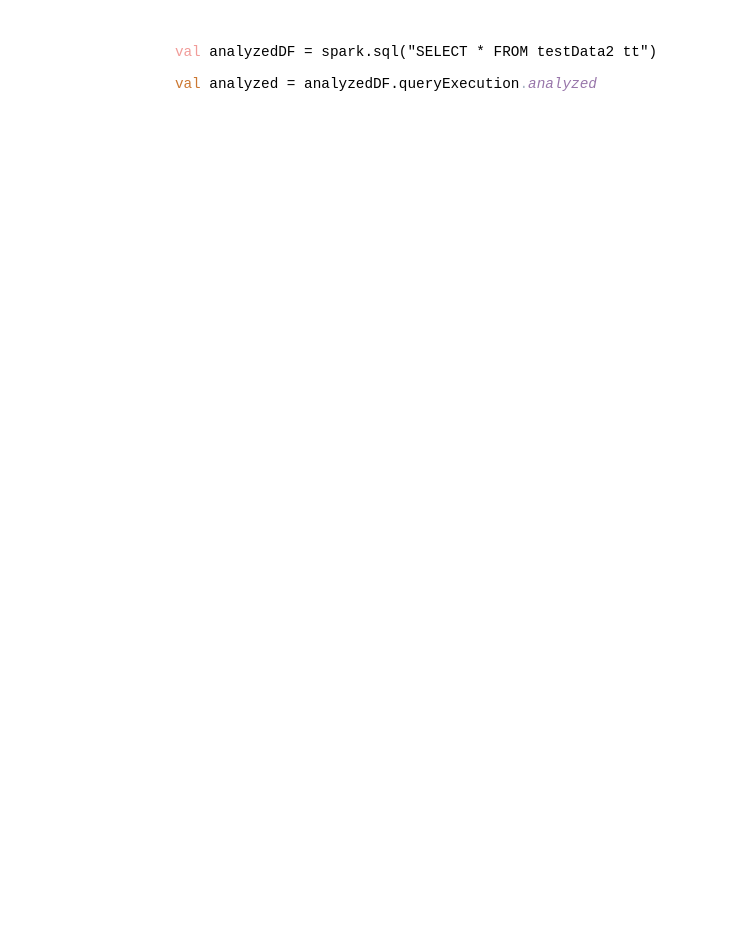
kirito1015/spark_source.sql keeps this draw.io diagram as analyzed_logical_plan/analyzed_queryexecution.drawio. Above is the earlier version. Source tidied: cells renumbered, new cells numbered last; positions are measured from the earlier drawing's top-left corner, leaving out a move shared by most shapes. Both pictures are drawn from the tidied source at 110%, with x=0, y=0 at pixel (173, 33).
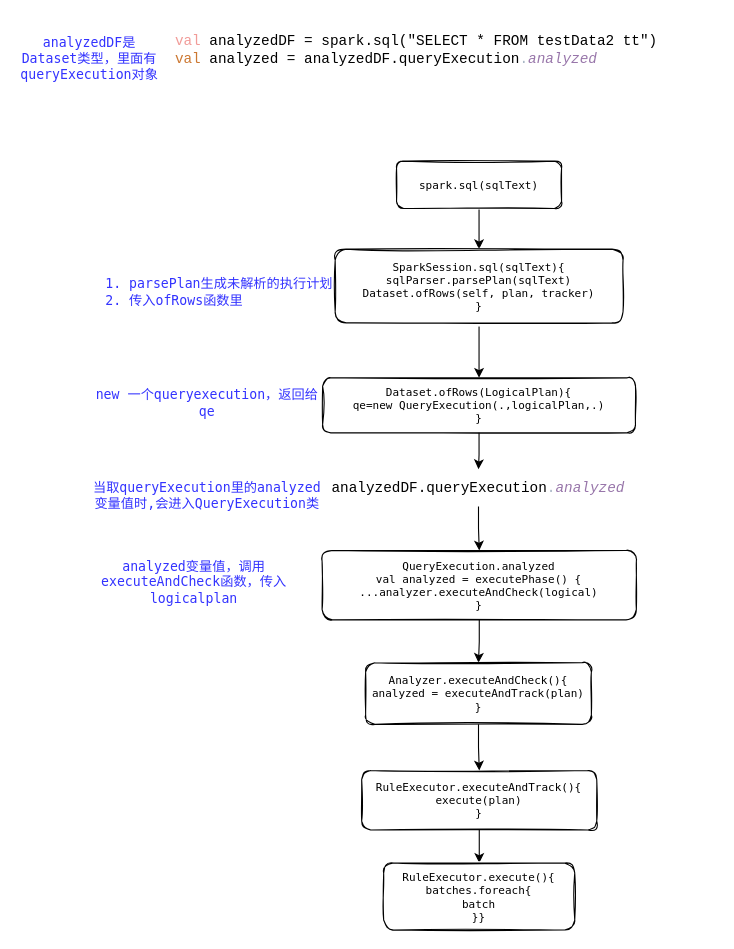
The same diagram, later.

Diff of the diagram source:
```diff
@@
-    <mxCell id="2" value="&lt;pre style=&quot;font-family: &amp;quot;jetbrains mono&amp;quot; , monospace ; font-size: 9.8pt&quot;&gt;&lt;font color=&quot;#f19c99&quot;&gt;val&lt;/font&gt; analyzedDF = spark.sql(&quot;SELECT * FROM testData2 tt&quot;)&lt;/pre&gt;&lt;pre style=&quot;font-family: &amp;quot;jetbrains mono&amp;quot; , monospace ; font-size: 9.8pt&quot;&gt;&lt;pre style=&quot;font-family: &amp;quot;jetbrains mono&amp;quot; , monospace ; font-size: 9.8pt&quot;&gt;&lt;span style=&quot;color: rgb(204 , 120 , 50)&quot;&gt;val &lt;/span&gt;analyzed = analyzedDF.queryExecution&lt;span style=&quot;color: rgb(169 , 183 , 198)&quot;&gt;.&lt;span style=&quot;color: #9876aa ; font-style: italic&quot;&gt;analyzed&lt;/span&gt;&lt;/span&gt;&lt;/pre&gt;&lt;/pre&gt;" style="text;html=1;strokeColor=none;fillColor=none;align=left;verticalAlign=middle;whiteSpace=wrap;rounded=0;labelBackgroundColor=none;fontColor=#000000;" parent="1" vertex="1">
-      <mxGeometry width="493" height="63" as="geometry" />
+    <mxCell id="2" value="&lt;pre style=&quot;font-size: 9.8pt&quot;&gt;&lt;font color=&quot;#f19c99&quot;&gt;val&lt;/font&gt; analyzedDF = spark.sql(&quot;SELECT * FROM testData2 tt&quot;)&lt;br&gt;&lt;span style=&quot;color: rgb(204 , 120 , 50)&quot;&gt;val &lt;/span&gt;analyzed = analyzedDF.queryExecution&lt;span style=&quot;color: rgb(169 , 183 , 198)&quot;&gt;.&lt;span style=&quot;color: #9876aa ; font-style: italic&quot;&gt;analyzed&lt;/span&gt;&lt;/span&gt;&lt;/pre&gt;&lt;pre style=&quot;font-size: 9.8pt&quot;&gt;&lt;span style=&quot;color: rgb(169 , 183 , 198)&quot;&gt;&lt;span style=&quot;color: #9876aa ; font-style: italic&quot;&gt;&lt;br&gt;&lt;/span&gt;&lt;/span&gt;&lt;/pre&gt;" style="text;html=1;strokeColor=none;fillColor=none;align=left;verticalAlign=middle;whiteSpace=wrap;rounded=0;labelBackgroundColor=none;fontColor=#000000;fontFamily=jetbrains mono&quot;, monospace;" parent="1" vertex="1">
+      <mxGeometry width="449" height="59" as="geometry" />
     </mxCell>
+    <mxCell id="3" style="edgeStyle=orthogonalEdgeStyle;rounded=0;jettySize=auto;html=1;fontFamily=Helvetica;fontSize=12;fontColor=default;" parent="1" edge="1" source="4" target="6">
+      <mxGeometry relative="1" as="geometry" />
+    </mxCell>
+    <mxCell id="4" value="spark.sql(sqlText)" style="rounded=1;sketch=1;glass=0;shadow=0;fontColor=default;labelBackgroundColor=none;fontFamily=jetbrains mono&quot;, monospace;fontSize=10;html=1;whiteSpace=wrap;" parent="1" vertex="1">
+      <mxGeometry x="203" y="116" width="150" height="43" as="geometry" />
+    </mxCell>
+    <mxCell id="5" style="edgeStyle=orthogonalEdgeStyle;rounded=0;jettySize=auto;html=1;fontFamily=jetbrains mono&quot;, monospace;fontSize=12;fontColor=default;" parent="1" edge="1" source="6" target="8">
+      <mxGeometry relative="1" as="geometry" />
+    </mxCell>
+    <mxCell id="6" value="SparkSession.sql(sqlText){&lt;br&gt;sqlParser.parsePlan(sqlText)&lt;br&gt;Dataset.ofRows(self, plan, tracker)&lt;br&gt;}" style="rounded=1;sketch=1;glass=0;shadow=0;fontFamily=jetbrains mono&quot;, monospace;fontSize=10;spacing=0;verticalAlign=middle;fontColor=default;labelBackgroundColor=none;html=1;whiteSpace=wrap;" parent="1" vertex="1">
+      <mxGeometry x="147.2" y="196" width="261.7" height="67" as="geometry" />
+    </mxCell>
+    <mxCell id="7" style="edgeStyle=orthogonalEdgeStyle;rounded=0;jettySize=auto;html=1;fontFamily=jetbrains mono&quot;, monospace;fontSize=12;fontColor=#3333FF;" parent="1" edge="1" source="8" target="13">
+      <mxGeometry relative="1" as="geometry" />
+    </mxCell>
+    <mxCell id="8" value="Dataset.ofRows(LogicalPlan){&lt;br&gt;qe=new QueryExecution(.,logicalPlan,.)&lt;br&gt;}" style="rounded=1;sketch=1;glass=0;shadow=0;fontFamily=jetbrains mono&quot;, monospace;fontSize=10;spacing=0;verticalAlign=middle;fontColor=default;labelBackgroundColor=none;html=1;whiteSpace=wrap;" parent="1" vertex="1">
+      <mxGeometry x="135.8" y="313" width="284.4" height="50" as="geometry" />
+    </mxCell>
+    <mxCell id="9" value="analyzedDF是Dataset类型，里面有queryExecution对象" style="text;html=1;strokeColor=none;fillColor=none;align=center;verticalAlign=middle;whiteSpace=wrap;rounded=0;shadow=0;glass=0;labelBackgroundColor=none;sketch=1;fontFamily=jetbrains mono&quot;, monospace;fontSize=12;fontColor=#3333FF;" parent="1" vertex="1">
+      <mxGeometry x="-140" y="-8" width="128" height="61" as="geometry" />
+    </mxCell>
+    <mxCell id="10" value="1. parsePlan生成未解析的执行计划&lt;br&gt;&lt;div style=&quot;text-align: left&quot;&gt;&lt;span style=&quot;font-family: , &amp;#34;blinkmacsystemfont&amp;#34; , &amp;#34;segoe ui variable&amp;#34; , &amp;#34;segoe ui&amp;#34; , , , &amp;#34;helvetica&amp;#34; , &amp;#34;arial&amp;#34; , sans-serif , &amp;#34;apple color emoji&amp;#34; , &amp;#34;segoe ui emoji&amp;#34;&quot;&gt;2. 传入ofRows函数里&lt;/span&gt;&lt;/div&gt;" style="text;html=1;strokeColor=none;fillColor=none;align=center;verticalAlign=middle;whiteSpace=wrap;rounded=0;shadow=0;glass=0;labelBackgroundColor=none;sketch=1;fontFamily=jetbrains mono&quot;, monospace;fontSize=12;fontColor=#3333FF;" parent="1" vertex="1">
+      <mxGeometry x="-62.8" y="204" width="210" height="61" as="geometry" />
+    </mxCell>
+    <mxCell id="11" value="new 一个queryexecution，返回给qe" style="text;html=1;strokeColor=none;fillColor=none;align=center;verticalAlign=middle;whiteSpace=wrap;rounded=0;shadow=0;glass=0;labelBackgroundColor=none;sketch=1;fontFamily=jetbrains mono&quot;, monospace;fontSize=12;fontColor=#3333FF;" parent="1" vertex="1">
+      <mxGeometry x="-74.2" y="305" width="210" height="61" as="geometry" />
+    </mxCell>
+    <mxCell id="12" style="edgeStyle=orthogonalEdgeStyle;rounded=0;jettySize=auto;html=1;fontFamily=jetbrains mono&quot;, monospace;fontSize=12;fontColor=#3333FF;" parent="1" edge="1" source="13" target="16">
+      <mxGeometry relative="1" as="geometry" />
+    </mxCell>
+    <mxCell id="13" value="&lt;pre style=&quot;color: rgb(0 , 0 , 0) ; text-align: left ; font-size: 9.8pt&quot;&gt;analyzedDF.queryExecution&lt;span style=&quot;color: rgb(169 , 183 , 198)&quot;&gt;.&lt;span style=&quot;color: rgb(152 , 118 , 170) ; font-style: italic&quot;&gt;analyzed&lt;/span&gt;&lt;/span&gt;&lt;/pre&gt;" style="text;html=1;strokeColor=none;fillColor=none;align=center;verticalAlign=middle;whiteSpace=wrap;rounded=0;shadow=0;glass=0;labelBackgroundColor=none;sketch=1;fontFamily=jetbrains mono&quot;, monospace;fontSize=12;fontColor=#3333FF;" parent="1" vertex="1">
+      <mxGeometry x="106" y="396" width="343" height="34" as="geometry" />
+    </mxCell>
+    <mxCell id="14" value="当取queryExecution里的analyzed变量值时,会进入QueryExecution类" style="text;html=1;strokeColor=none;fillColor=none;align=center;verticalAlign=middle;whiteSpace=wrap;rounded=0;shadow=0;glass=0;labelBackgroundColor=none;sketch=1;fontFamily=jetbrains mono&quot;, monospace;fontSize=12;fontColor=#3333FF;" parent="1" vertex="1">
+      <mxGeometry x="-74.2" y="389" width="210" height="61" as="geometry" />
+    </mxCell>
+    <mxCell id="15" style="edgeStyle=orthogonalEdgeStyle;rounded=0;jettySize=auto;html=1;fontFamily=jetbrains mono&quot;, monospace;fontSize=10;fontColor=#3333FF;" parent="1" edge="1" source="16" target="19">
+      <mxGeometry relative="1" as="geometry" />
+    </mxCell>
+    <mxCell id="16" value="QueryExecution.analyzed&lt;br&gt;val analyzed = executePhase() {&lt;br&gt;...analyzer.executeAndCheck(logical)&lt;br&gt;}" style="rounded=1;sketch=1;glass=0;shadow=0;fontFamily=jetbrains mono&quot;, monospace;fontSize=10;spacing=0;verticalAlign=middle;fontColor=default;labelBackgroundColor=none;html=1;whiteSpace=wrap;" parent="1" vertex="1">
+      <mxGeometry x="135.3" y="470" width="285.7" height="63" as="geometry" />
+    </mxCell>
+    <mxCell id="17" value="analyzed变量值，调用executeAndCheck函数，传入logicalplan" style="text;html=1;strokeColor=none;fillColor=none;align=center;verticalAlign=middle;whiteSpace=wrap;rounded=0;shadow=0;glass=0;labelBackgroundColor=none;sketch=1;fontFamily=jetbrains mono&quot;, monospace;fontSize=12;fontColor=#3333FF;" parent="1" vertex="1">
+      <mxGeometry x="-97" y="470" width="232.3" height="57" as="geometry" />
+    </mxCell>
+    <mxCell id="18" style="edgeStyle=orthogonalEdgeStyle;rounded=0;jettySize=auto;html=1;fontFamily=jetbrains mono&quot;, monospace;fontSize=10;fontColor=#3333FF;" parent="1" edge="1" source="19" target="21">
+      <mxGeometry relative="1" as="geometry" />
+    </mxCell>
+    <mxCell id="19" value="Analyzer.executeAndCheck(){&lt;br&gt;analyzed = executeAndTrack(plan)&lt;br&gt;}" style="rounded=1;sketch=1;glass=0;shadow=0;fontFamily=jetbrains mono&quot;, monospace;fontSize=10;spacing=0;verticalAlign=middle;fontColor=default;labelBackgroundColor=none;html=1;whiteSpace=wrap;" parent="1" vertex="1">
+      <mxGeometry x="174.9" y="572" width="205.2" height="56" as="geometry" />
+    </mxCell>
+    <mxCell id="20" style="edgeStyle=orthogonalEdgeStyle;rounded=0;jettySize=auto;html=1;fontFamily=jetbrains mono&quot;, monospace;fontSize=10;fontColor=#3333FF;" parent="1" edge="1" source="21" target="22">
+      <mxGeometry relative="1" as="geometry" />
+    </mxCell>
+    <mxCell id="21" value="RuleExecutor.executeAndTrack(){&lt;br&gt;execute(plan)&lt;br&gt;}" style="rounded=1;sketch=1;glass=0;shadow=0;fontFamily=jetbrains mono&quot;, monospace;fontSize=10;spacing=0;verticalAlign=middle;fontColor=default;labelBackgroundColor=none;html=1;whiteSpace=wrap;" parent="1" vertex="1">
+      <mxGeometry x="171.3" y="670" width="213.7" height="54" as="geometry" />
+    </mxCell>
+    <mxCell id="22" value="RuleExecutor.execute(){&lt;br&gt;batches.foreach{&lt;br&gt;batch&lt;br&gt;}}" style="rounded=1;sketch=1;glass=0;shadow=0;fontFamily=jetbrains mono&quot;, monospace;fontSize=10;spacing=0;verticalAlign=middle;fontColor=default;labelBackgroundColor=none;html=1;whiteSpace=wrap;" parent="1" vertex="1">
+      <mxGeometry x="191.3" y="754" width="173.7" height="61" as="geometry" />
+    </mxCell>
```
